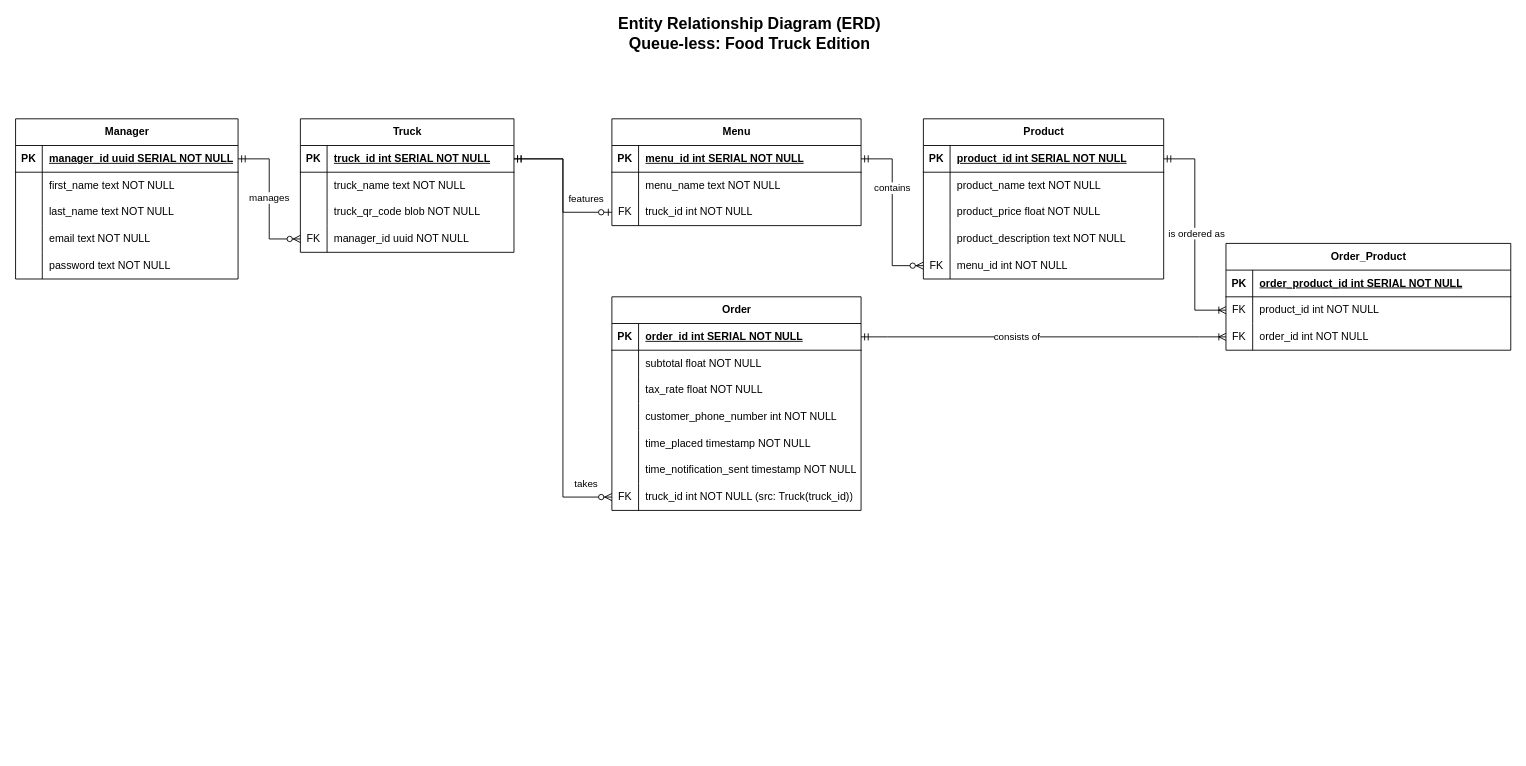
The draw.io diagram qless/documentation/ERD.drawio in MasonKrause7/qless-host, before the edit. Source tidied: cells renumbered, new cells numbered last; positions are measured from the earlier drawing's top-left corner, leaving out a move shared by most shapes. Both pictures are drawn from the tidied source at 89%, with x=0, y=0 at pixel (15, 20).
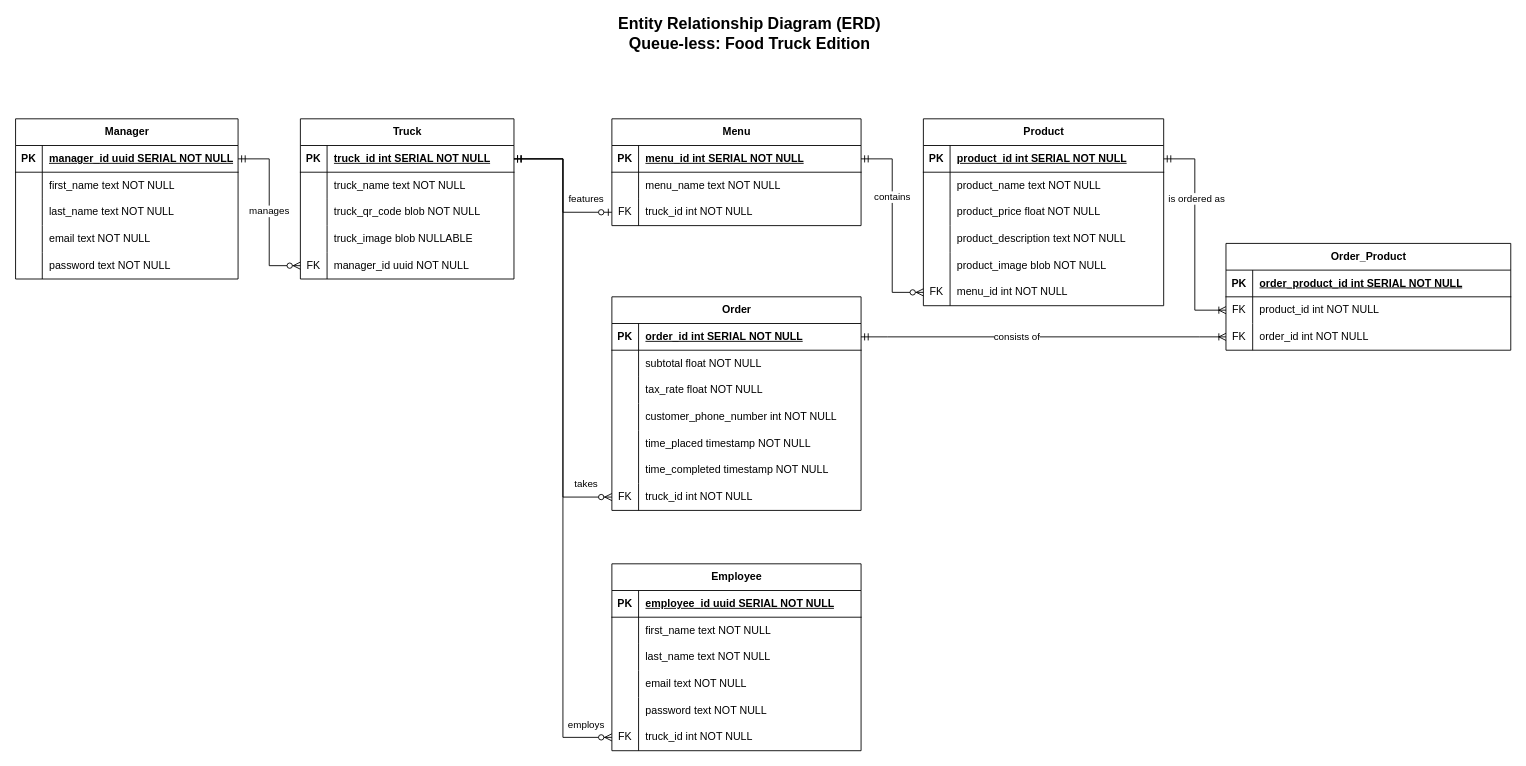
Above is the later version.

Unchanged cells that the change refers to:
```xml
<mxCell id="3" style="shape=tableRow;horizontal=0;startSize=0;swimlaneHead=0;swimlaneBody=0;fillColor=none;points=[[0,0.5],[1,0.5]];portConstraint=eastwest;top=0;left=0;right=0;bottom=1;" parent="2" vertex="1">
  <mxGeometry y="30" width="240" height="30" as="geometry" />
</mxCell>
<mxCell id="12" style="shape=tableRow;horizontal=0;startSize=0;swimlaneHead=0;swimlaneBody=0;fillColor=none;points=[[0,0.5],[1,0.5]];portConstraint=eastwest;top=0;left=0;right=0;bottom=0;" parent="2" vertex="1">
  <mxGeometry y="120" width="240" height="30" as="geometry" />
</mxCell>
<mxCell id="16" style="shape=tableRow;horizontal=0;startSize=0;swimlaneHead=0;swimlaneBody=0;fillColor=none;points=[[0,0.5],[1,0.5]];portConstraint=eastwest;top=0;left=0;right=0;bottom=1;" parent="15" vertex="1">
  <mxGeometry y="30" width="250" height="30" as="geometry" />
</mxCell>
<mxCell id="32" style="shape=tableRow;horizontal=0;startSize=0;swimlaneHead=0;swimlaneBody=0;fillColor=none;points=[[0,0.5],[1,0.5]];portConstraint=eastwest;top=0;left=0;right=0;bottom=1;" parent="31" vertex="1">
  <mxGeometry y="30" width="280" height="30" as="geometry" />
</mxCell>
<mxCell id="57" style="shape=tableRow;horizontal=0;startSize=0;swimlaneHead=0;swimlaneBody=0;fillColor=none;top=0;left=0;right=0;bottom=0;" parent="41" vertex="1">
  <mxGeometry y="180" width="280" height="30" as="geometry" />
</mxCell>
<mxCell id="60" style="shape=tableRow;horizontal=0;startSize=0;swimlaneHead=0;swimlaneBody=0;fillColor=none;points=[[0,0.5],[1,0.5]];portConstraint=eastwest;top=0;left=0;right=0;bottom=0;" parent="41" vertex="1">
  <mxGeometry y="210" width="280" height="30" as="geometry" />
</mxCell>
<mxCell id="76" style="shape=tableRow;horizontal=0;startSize=0;swimlaneHead=0;swimlaneBody=0;fillColor=none;points=[[0,0.5],[1,0.5]];portConstraint=eastwest;top=0;left=0;right=0;bottom=0;" parent="63" vertex="1">
  <mxGeometry y="150" width="270" height="30" as="geometry" />
</mxCell>
<mxCell id="97" style="edgeStyle=orthogonalEdgeStyle;fontSize=12;html=1;endArrow=ERoneToMany;startArrow=ERmandOne;rounded=0;exitX=1;exitY=0.5;exitDx=0;exitDy=0;entryX=0;entryY=0.5;entryDx=0;entryDy=0;" parent="1" edge="1" source="64" target="83">
  <mxGeometry relative="1" as="geometry" />
</mxCell>
```

What changed in the source:
```diff
@@
     <mxCell id="2" value="Truck" style="shape=table;startSize=30;childLayout=tableLayout;rowLines=0;fontStyle=1;align=center;html=1;" parent="1" vertex="1">
-      <mxGeometry x="320" y="110" width="240" height="150" as="geometry" />
+      <mxGeometry x="320" y="110" width="240" height="180" as="geometry" />
     </mxCell>
@@
-    <mxCell id="13" value="FK" style="shape=partialRectangle;fillColor=none;top=0;left=0;bottom=0;right=0;overflow=hidden;whiteSpace=wrap;html=1;" parent="12" vertex="1">
+    <mxCell id="13" style="shape=partialRectangle;fillColor=none;top=0;left=0;bottom=0;right=0;overflow=hidden;whiteSpace=wrap;html=1;" parent="12" vertex="1">
       <mxGeometry width="30" height="30" as="geometry" />
     </mxCell>
-    <mxCell id="14" value="manager_id uuid NOT NULL" style="shape=partialRectangle;fillColor=none;top=0;left=0;bottom=0;right=0;align=left;spacingLeft=6;overflow=hidden;whiteSpace=wrap;html=1;" parent="12" vertex="1">
+    <mxCell id="14" value="truck_image blob NULLABLE" style="shape=partialRectangle;fillColor=none;top=0;left=0;bottom=0;right=0;align=left;spacingLeft=6;overflow=hidden;whiteSpace=wrap;html=1;" parent="12" vertex="1">
       <mxGeometry x="30" width="210" height="30" as="geometry" />
     </mxCell>
+    <mxCell id="102" style="shape=tableRow;horizontal=0;startSize=0;swimlaneHead=0;swimlaneBody=0;fillColor=none;points=[[0,0.5],[1,0.5]];portConstraint=eastwest;top=0;left=0;right=0;bottom=0;" parent="2" vertex="1">
+      <mxGeometry y="150" width="240" height="30" as="geometry" />
+    </mxCell>
+    <mxCell id="103" value="FK" style="shape=partialRectangle;fillColor=none;top=0;left=0;bottom=0;right=0;overflow=hidden;whiteSpace=wrap;html=1;" parent="102" vertex="1">
+      <mxGeometry width="30" height="30" as="geometry" />
+    </mxCell>
+    <mxCell id="104" value="manager_id uuid NOT NULL" style="shape=partialRectangle;fillColor=none;top=0;left=0;bottom=0;right=0;align=left;spacingLeft=6;overflow=hidden;whiteSpace=wrap;html=1;" parent="102" vertex="1">
+      <mxGeometry x="30" width="210" height="30" as="geometry" />
+    </mxCell>
@@
-    <mxCell id="59" value="time_notification_sent timestamp NOT NULL" style="shape=partialRectangle;fillColor=none;top=0;left=0;bottom=0;right=0;align=left;spacingLeft=6;overflow=hidden;whiteSpace=wrap;html=1;" parent="57" vertex="1">
+    <mxCell id="59" value="time_completed timestamp NOT NULL" style="shape=partialRectangle;fillColor=none;top=0;left=0;bottom=0;right=0;align=left;spacingLeft=6;overflow=hidden;whiteSpace=wrap;html=1;" parent="57" vertex="1">
       <mxGeometry x="30" width="250" height="30" as="geometry" />
     </mxCell>
@@
-    <mxCell id="62" value="truck_id int NOT NULL (src: Truck(truck_id))" style="shape=partialRectangle;fillColor=none;top=0;left=0;bottom=0;right=0;align=left;spacingLeft=6;overflow=hidden;whiteSpace=wrap;html=1;" parent="60" vertex="1">
+    <mxCell id="62" value="truck_id int NOT NULL&amp;nbsp;" style="shape=partialRectangle;fillColor=none;top=0;left=0;bottom=0;right=0;align=left;spacingLeft=6;overflow=hidden;whiteSpace=wrap;html=1;" parent="60" vertex="1">
       <mxGeometry x="30" width="250" height="30" as="geometry" />
     </mxCell>
     <mxCell id="63" value="Product" style="shape=table;startSize=30;childLayout=tableLayout;rowLines=0;fontStyle=1;align=center;html=1;" parent="1" vertex="1">
-      <mxGeometry x="1020" y="110" width="270" height="180" as="geometry" />
+      <mxGeometry x="1020" y="110" width="270" height="210" as="geometry" />
     </mxCell>
@@
-    <mxCell id="77" value="FK" style="shape=partialRectangle;fillColor=none;top=0;left=0;bottom=0;right=0;overflow=hidden;whiteSpace=wrap;html=1;" parent="76" vertex="1">
+    <mxCell id="77" style="shape=partialRectangle;fillColor=none;top=0;left=0;bottom=0;right=0;overflow=hidden;whiteSpace=wrap;html=1;" parent="76" vertex="1">
       <mxGeometry width="30" height="30" as="geometry" />
     </mxCell>
-    <mxCell id="78" value="menu_id int NOT NULL" style="shape=partialRectangle;fillColor=none;top=0;left=0;bottom=0;right=0;align=left;spacingLeft=6;overflow=hidden;whiteSpace=wrap;html=1;" parent="76" vertex="1">
+    <mxCell id="78" value="product_image blob NOT NULL" style="shape=partialRectangle;fillColor=none;top=0;left=0;bottom=0;right=0;align=left;spacingLeft=6;overflow=hidden;whiteSpace=wrap;html=1;" parent="76" vertex="1">
       <mxGeometry x="30" width="240" height="30" as="geometry" />
     </mxCell>
+    <mxCell id="105" style="shape=tableRow;horizontal=0;startSize=0;swimlaneHead=0;swimlaneBody=0;fillColor=none;points=[[0,0.5],[1,0.5]];portConstraint=eastwest;top=0;left=0;right=0;bottom=0;" parent="63" vertex="1">
+      <mxGeometry y="180" width="270" height="30" as="geometry" />
+    </mxCell>
+    <mxCell id="106" value="FK" style="shape=partialRectangle;fillColor=none;top=0;left=0;bottom=0;right=0;overflow=hidden;whiteSpace=wrap;html=1;" parent="105" vertex="1">
+      <mxGeometry width="30" height="30" as="geometry" />
+    </mxCell>
+    <mxCell id="107" value="menu_id int NOT NULL" style="shape=partialRectangle;fillColor=none;top=0;left=0;bottom=0;right=0;align=left;spacingLeft=6;overflow=hidden;whiteSpace=wrap;html=1;" parent="105" vertex="1">
+      <mxGeometry x="30" width="240" height="30" as="geometry" />
+    </mxCell>
@@
-    <mxCell id="91" style="edgeStyle=orthogonalEdgeStyle;fontSize=12;html=1;endArrow=ERzeroToMany;startArrow=ERmandOne;rounded=0;exitX=1;exitY=0.5;exitDx=0;exitDy=0;entryX=0;entryY=0.5;entryDx=0;entryDy=0;" parent="1" edge="1" source="32" target="76">
+    <mxCell id="91" style="edgeStyle=orthogonalEdgeStyle;fontSize=12;html=1;endArrow=ERzeroToMany;startArrow=ERmandOne;rounded=0;exitX=1;exitY=0.5;exitDx=0;exitDy=0;entryX=0;entryY=0.5;entryDx=0;entryDy=0;" parent="1" edge="1" source="32" target="105">
       <mxGeometry relative="1" as="geometry" />
     </mxCell>
@@
     <mxCell id="98" value="is ordered as" style="edgeLabel;html=1;align=center;verticalAlign=middle;" parent="97" vertex="1">
       <mxGeometry x="-0.13" y="1" relative="1" as="geometry">
-        <mxPoint y="14" as="offset" />
+        <mxPoint y="-25" as="offset" />
       </mxGeometry>
     </mxCell>
-    <mxCell id="99" style="edgeStyle=orthogonalEdgeStyle;fontSize=12;html=1;endArrow=ERzeroToMany;startArrow=ERmandOne;rounded=0;exitX=1;exitY=0.5;exitDx=0;exitDy=0;entryX=0;entryY=0.5;entryDx=0;entryDy=0;" parent="1" edge="1" source="16" target="12">
+    <mxCell id="99" style="edgeStyle=orthogonalEdgeStyle;fontSize=12;html=1;endArrow=ERzeroToMany;startArrow=ERmandOne;rounded=0;exitX=1;exitY=0.5;exitDx=0;exitDy=0;entryX=0;entryY=0.5;entryDx=0;entryDy=0;" parent="1" edge="1" source="16" target="102">
       <mxGeometry relative="1" as="geometry" />
     </mxCell>
@@
+    <mxCell id="108" value="Employee" style="shape=table;startSize=30;childLayout=tableLayout;rowLines=0;fontStyle=1;align=center;html=1;" parent="1" vertex="1">
+      <mxGeometry x="670" y="610" width="280" height="210" as="geometry" />
+    </mxCell>
+    <mxCell id="109" style="shape=tableRow;horizontal=0;startSize=0;swimlaneHead=0;swimlaneBody=0;fillColor=none;top=0;left=0;right=0;bottom=1;" parent="108" vertex="1">
+      <mxGeometry y="30" width="280" height="30" as="geometry" />
+    </mxCell>
+    <mxCell id="110" value="PK" style="shape=partialRectangle;fillColor=none;top=0;left=0;bottom=0;right=0;fontStyle=1;overflow=hidden;whiteSpace=wrap;html=1;" parent="109" vertex="1">
+      <mxGeometry width="30" height="30" as="geometry" />
+    </mxCell>
+    <mxCell id="111" value="employee_id uuid SERIAL NOT NULL" style="shape=partialRectangle;fillColor=none;top=0;left=0;bottom=0;right=0;align=left;spacingLeft=6;fontStyle=5;overflow=hidden;whiteSpace=wrap;html=1;" parent="109" vertex="1">
+      <mxGeometry x="30" width="250" height="30" as="geometry" />
+    </mxCell>
+    <mxCell id="112" style="shape=tableRow;horizontal=0;startSize=0;swimlaneHead=0;swimlaneBody=0;fillColor=none;top=0;left=0;right=0;bottom=0;" parent="108" vertex="1">
+      <mxGeometry y="60" width="280" height="30" as="geometry" />
+    </mxCell>
+    <mxCell id="113" style="shape=partialRectangle;fillColor=none;top=0;left=0;bottom=0;right=0;overflow=hidden;whiteSpace=wrap;html=1;" parent="112" vertex="1">
+      <mxGeometry width="30" height="30" as="geometry" />
+    </mxCell>
+    <mxCell id="114" value="first_name text NOT NULL" style="shape=partialRectangle;fillColor=none;top=0;left=0;bottom=0;right=0;align=left;spacingLeft=6;overflow=hidden;whiteSpace=wrap;html=1;" parent="112" vertex="1">
+      <mxGeometry x="30" width="250" height="30" as="geometry" />
+    </mxCell>
+    <mxCell id="115" style="shape=tableRow;horizontal=0;startSize=0;swimlaneHead=0;swimlaneBody=0;fillColor=none;top=0;left=0;right=0;bottom=0;" parent="108" vertex="1">
+      <mxGeometry y="90" width="280" height="30" as="geometry" />
+    </mxCell>
+    <mxCell id="116" style="shape=partialRectangle;fillColor=none;top=0;left=0;bottom=0;right=0;overflow=hidden;whiteSpace=wrap;html=1;" parent="115" vertex="1">
+      <mxGeometry width="30" height="30" as="geometry" />
+    </mxCell>
+    <mxCell id="117" value="last_name text NOT NULL" style="shape=partialRectangle;fillColor=none;top=0;left=0;bottom=0;right=0;align=left;spacingLeft=6;overflow=hidden;whiteSpace=wrap;html=1;" parent="115" vertex="1">
+      <mxGeometry x="30" width="250" height="30" as="geometry" />
+    </mxCell>
+    <mxCell id="118" style="shape=tableRow;horizontal=0;startSize=0;swimlaneHead=0;swimlaneBody=0;fillColor=none;top=0;left=0;right=0;bottom=0;" parent="108" vertex="1">
+      <mxGeometry y="120" width="280" height="30" as="geometry" />
+    </mxCell>
+    <mxCell id="119" style="shape=partialRectangle;fillColor=none;top=0;left=0;bottom=0;right=0;overflow=hidden;whiteSpace=wrap;html=1;" parent="118" vertex="1">
+      <mxGeometry width="30" height="30" as="geometry" />
+    </mxCell>
+    <mxCell id="120" value="email text NOT NULL" style="shape=partialRectangle;fillColor=none;top=0;left=0;bottom=0;right=0;align=left;spacingLeft=6;overflow=hidden;whiteSpace=wrap;html=1;" parent="118" vertex="1">
+      <mxGeometry x="30" width="250" height="30" as="geometry" />
+    </mxCell>
+    <mxCell id="121" style="shape=tableRow;horizontal=0;startSize=0;swimlaneHead=0;swimlaneBody=0;fillColor=none;top=0;left=0;right=0;bottom=0;" parent="108" vertex="1">
+      <mxGeometry y="150" width="280" height="30" as="geometry" />
+    </mxCell>
+    <mxCell id="122" style="shape=partialRectangle;fillColor=none;top=0;left=0;bottom=0;right=0;overflow=hidden;whiteSpace=wrap;html=1;" parent="121" vertex="1">
+      <mxGeometry width="30" height="30" as="geometry" />
+    </mxCell>
+    <mxCell id="123" value="password text NOT NULL" style="shape=partialRectangle;fillColor=none;top=0;left=0;bottom=0;right=0;align=left;spacingLeft=6;overflow=hidden;whiteSpace=wrap;html=1;" parent="121" vertex="1">
+      <mxGeometry x="30" width="250" height="30" as="geometry" />
+    </mxCell>
+    <mxCell id="124" style="shape=tableRow;horizontal=0;startSize=0;swimlaneHead=0;swimlaneBody=0;fillColor=none;points=[[0,0.5],[1,0.5]];portConstraint=eastwest;top=0;left=0;right=0;bottom=0;" parent="108" vertex="1">
+      <mxGeometry y="180" width="280" height="30" as="geometry" />
+    </mxCell>
+    <mxCell id="125" value="FK" style="shape=partialRectangle;fillColor=none;top=0;left=0;bottom=0;right=0;overflow=hidden;whiteSpace=wrap;html=1;" parent="124" vertex="1">
+      <mxGeometry width="30" height="30" as="geometry" />
+    </mxCell>
+    <mxCell id="126" value="truck_id int NOT NULL" style="shape=partialRectangle;fillColor=none;top=0;left=0;bottom=0;right=0;align=left;spacingLeft=6;overflow=hidden;whiteSpace=wrap;html=1;" parent="124" vertex="1">
+      <mxGeometry x="30" width="250" height="30" as="geometry" />
+    </mxCell>
+    <mxCell id="127" style="edgeStyle=orthogonalEdgeStyle;fontSize=12;html=1;endArrow=ERzeroToMany;startArrow=ERmandOne;rounded=0;exitX=1;exitY=0.5;exitDx=0;exitDy=0;entryX=0;entryY=0.5;entryDx=0;entryDy=0;" parent="1" edge="1" source="3" target="124">
+      <mxGeometry relative="1" as="geometry" />
+    </mxCell>
+    <mxCell id="128" value="employs" style="edgeLabel;html=1;align=center;verticalAlign=middle;" parent="127" vertex="1">
+      <mxGeometry x="0.74" y="4" relative="1" as="geometry">
+        <mxPoint x="21" y="29" as="offset" />
+      </mxGeometry>
+    </mxCell>
```
